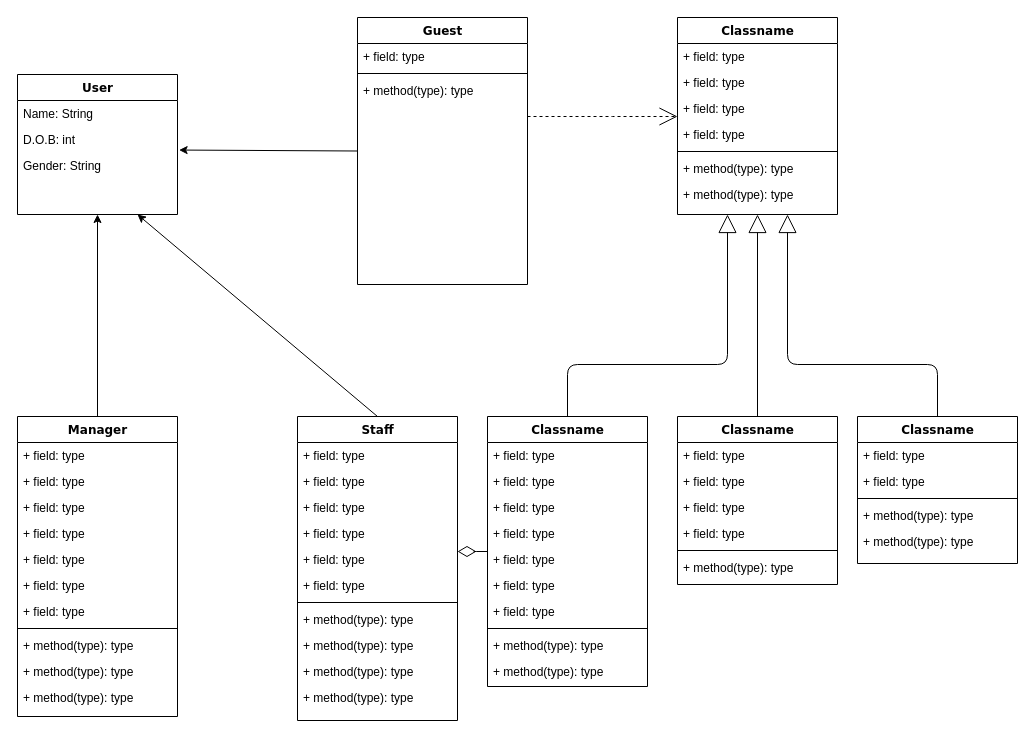
This is Class_Diagram_for_hotel_management.drawio from Ojaswin30/Software_engineering_lab_project, a draw.io file, before an edit. Source tidied: cells renumbered, new cells numbered last; positions are measured from the earlier drawing's top-left corner, leaving out a move shared by most shapes. Both pictures are drawn from the tidied source at 100%, with x=0, y=0 at pixel (17, 17).
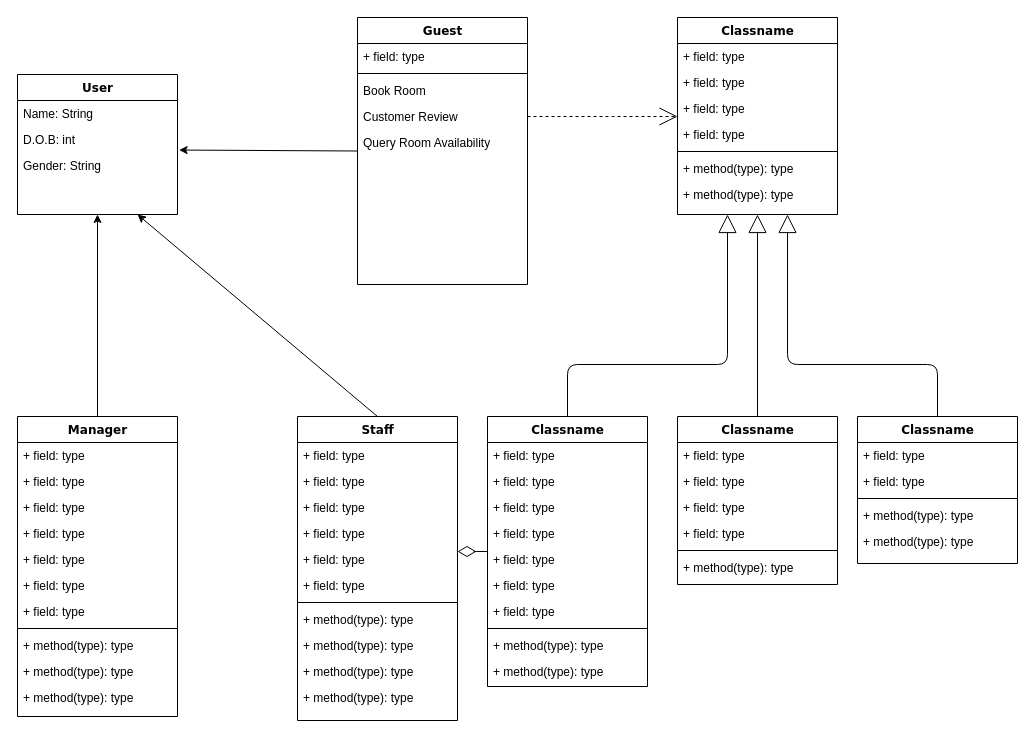
The same page after the edit.

Unchanged cells that the change refers to:
```xml
<mxCell id="7" value="Guest" style="swimlane;html=1;fontStyle=1;align=center;verticalAlign=top;horizontal=1;startSize=26;swimlaneFillColor=#ffffff;rounded=0;shadow=0;comic=0;labelBackgroundColor=none;strokeWidth=1;fillColor=none;fontFamily=Verdana;fontSize=12;" parent="1" vertex="1">
  <mxGeometry x="340" width="170" height="267" as="geometry" />
</mxCell>
```

What changed in the source:
```diff
@@
-    <mxCell id="10" value="+ method(type): type" style="text;html=1;strokeColor=none;fillColor=none;align=left;verticalAlign=top;spacingLeft=4;spacingRight=4;whiteSpace=wrap;overflow=hidden;" parent="7" vertex="1">
+    <mxCell id="10" value="Book Room" style="text;html=1;strokeColor=none;fillColor=none;align=left;verticalAlign=top;spacingLeft=4;spacingRight=4;whiteSpace=wrap;overflow=hidden;" parent="7" vertex="1">
       <mxGeometry y="60" width="170" height="26" as="geometry" />
     </mxCell>
+    <mxCell id="74" value="Customer Review" style="text;html=1;strokeColor=none;fillColor=none;align=left;verticalAlign=top;spacingLeft=4;spacingRight=4;whiteSpace=wrap;overflow=hidden;" parent="7" vertex="1">
+      <mxGeometry y="86" width="170" height="26" as="geometry" />
+    </mxCell>
+    <mxCell id="75" value="Query Room Availability" style="text;html=1;strokeColor=none;fillColor=none;align=left;verticalAlign=top;spacingLeft=4;spacingRight=4;whiteSpace=wrap;overflow=hidden;" parent="7" vertex="1">
+      <mxGeometry y="112" width="170" height="26" as="geometry" />
+    </mxCell>
```
